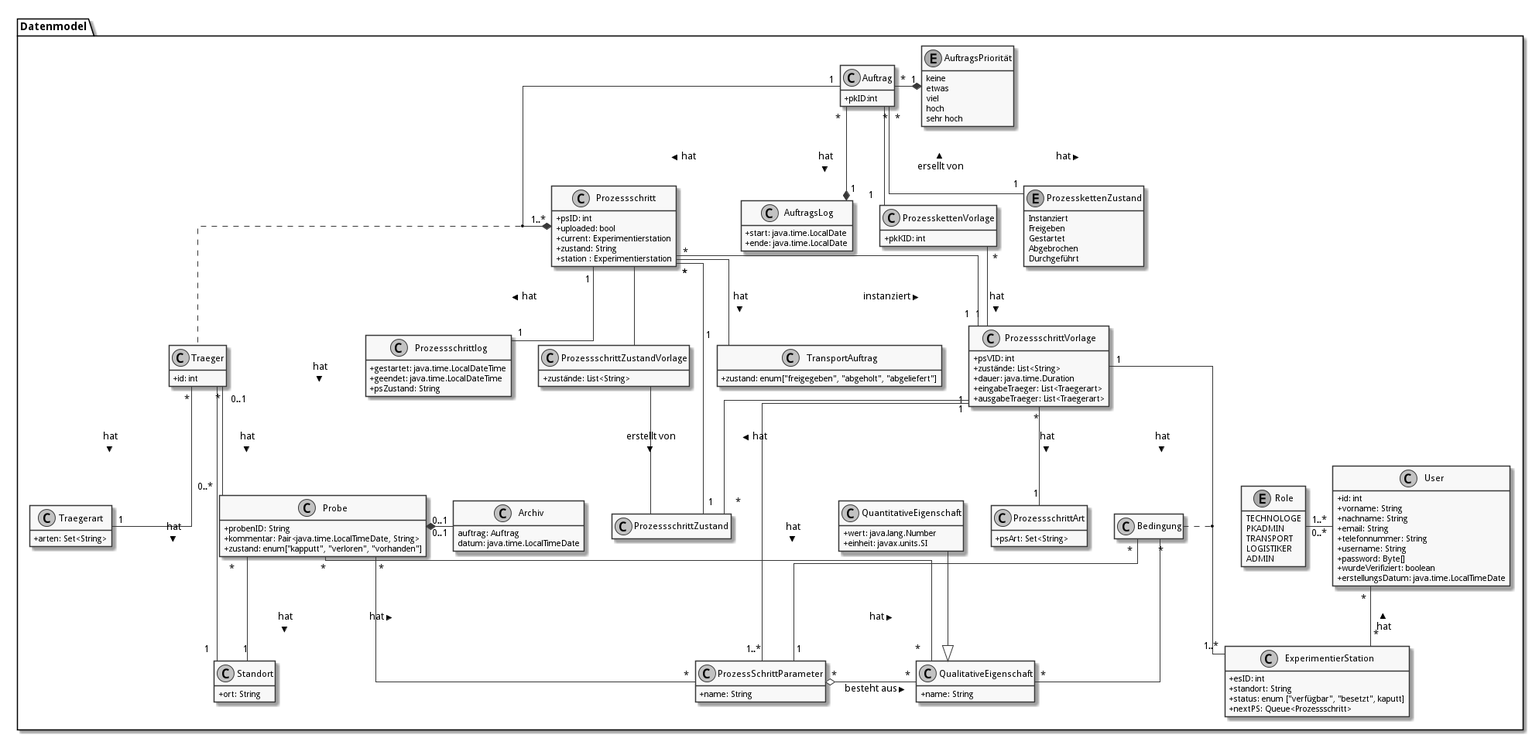
Before: doc/UML/datenModel.png, a diagram exported from PlantUML (fkehlenb/softwareprojekt-2).
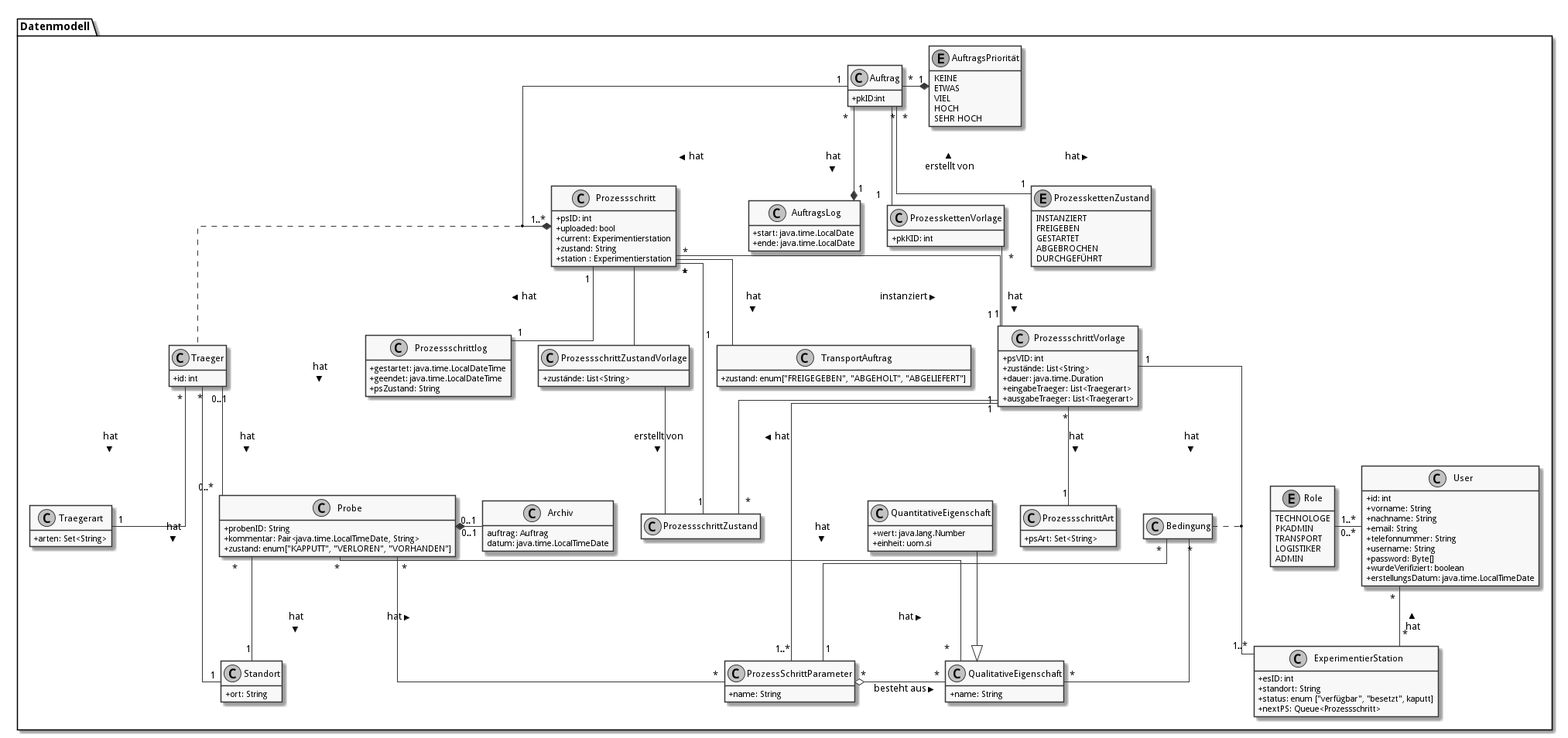
Above is the later version.

Commit message:
kleine Model korrektur

Change to the diagram source:
```diff
@@ -7,7 +7,7 @@
 
 hide empty members
 
-package Datenmodel {
+package Datenmodell {
   enum Role{
   TECHNOLOGE
   PKADMIN
@@ -32,10 +32,10 @@
 class Probe {
   +probenID: String
   +kommentar: Pair<java.time.LocalTimeDate, String>
-  +zustand: enum["kapputt", "verloren", "vorhanden"]
+  +zustand: enum["KAPPUTT", "VERLOREN", "VORHANDEN"]
 }
 
-class Standort {
+CLASS Standort {
   +ort: String
 }
 
@@ -58,7 +58,7 @@
 
 class "QuantitativeEigenschaft" as quantE {
   +wert: java.lang.Number
-  +einheit: javax.units.SI
+  +einheit: uom.si
 }
 
 class "Prozessschritt" as ps {
@@ -95,7 +95,7 @@
 }
 
  class TransportAuftrag {
-   +zustand: enum["freigegeben", "abgeholt", "abgeliefert"]
+   +zustand: enum["FREIGEGEBEN", "ABGEHOLT", "ABGELIEFERT"]
 }
 
  class "ProzessSchrittParameter" as pp {
@@ -114,11 +114,11 @@
 
 
 enum AuftragsPriorität {
-keine
-etwas
-viel
-hoch
-sehr hoch
+KEINE
+ETWAS
+VIEL
+HOCH
+SEHR HOCH
 }
 
 class "ProzesskettenVorlage" as pkV {
@@ -126,11 +126,11 @@
 }
 
 enum "ProzesskettenZustand" as pkZ {
-    Instanziert
-    Freigeben
-    Gestartet
-    Abgebrochen
-    Durchgeführt
+    INSTANZIERT
+    FREIGEBEN
+    GESTARTET
+    ABGEBROCHEN
+    DURCHGEFÜHRT
 }
 
 class Bedingung {
@@ -153,7 +153,7 @@
   Auftrag "1" -* "1..*" ps: hat >
   Auftrag "*"  --* "1" AuftragsLog: hat >
   Auftrag "*" -- "1" pkZ: hat >
-  Auftrag "*" -- "1" pkV: < ersellt von
+  Auftrag "*" -- "1" pkV: < erstellt von
 
   (Auftrag, ps) .. Traeger
 
```
